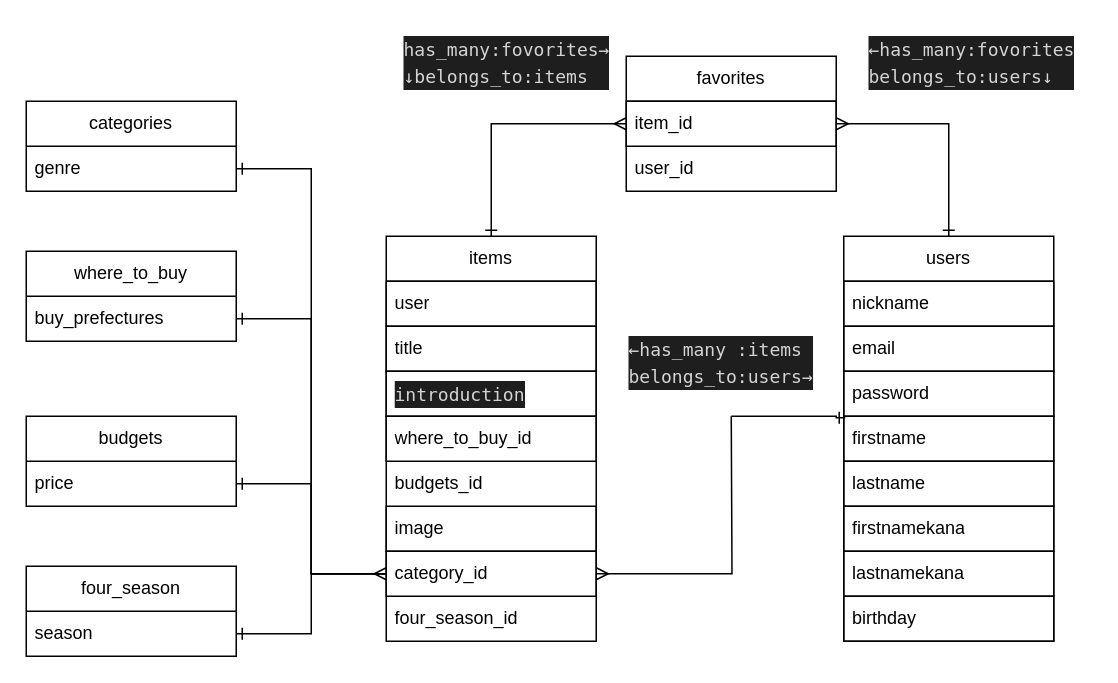
Earlier version of the draw.io diagram page "ER図" (1 of 2) of ER.drawio (kazuma516/temiyage). Source tidied: cells renumbered, new cells numbered last; positions are measured from the earlier drawing's top-left corner, leaving out a move shared by most shapes. Both pictures are drawn from the tidied source at 150%, with x=0, y=0 at pixel (26, 26).
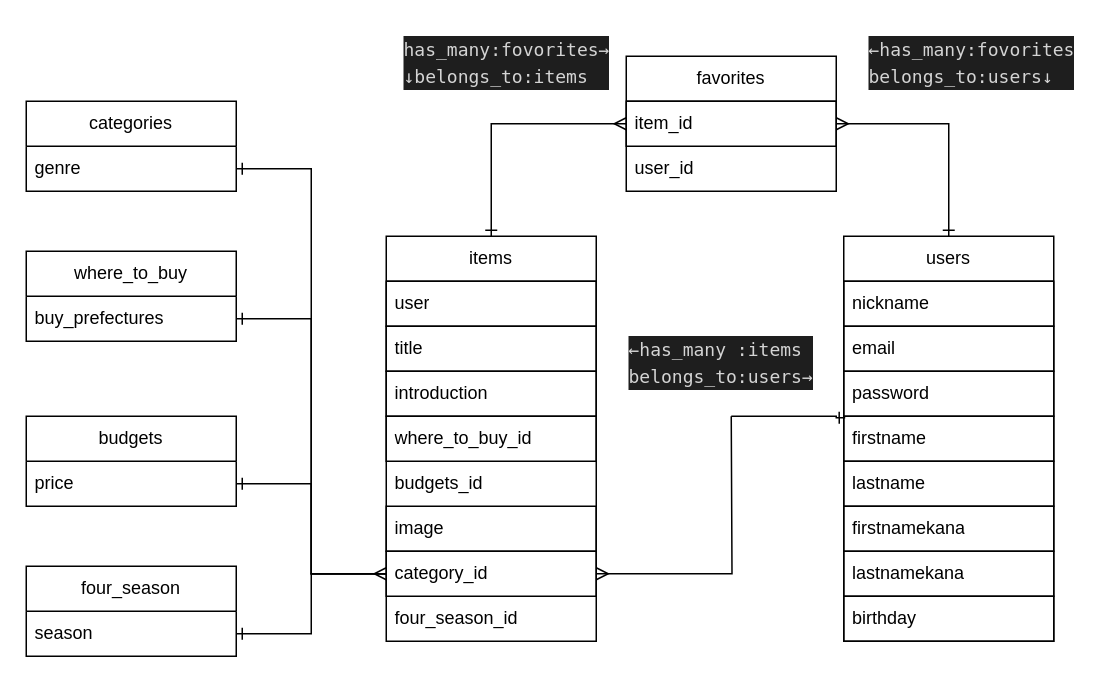
The same diagram, later.

Unchanged cells that the change refers to:
```xml
<mxCell id="11" value="items" style="swimlane;fontStyle=0;horizontal=1;startSize=30;whiteSpace=wrap;html=1;" parent="1" vertex="1">
  <mxGeometry x="240" y="140" width="140" height="270" as="geometry" />
</mxCell>
```

Diff of the diagram source:
```diff
@@
-    <mxCell id="14" value="&lt;div style=&quot;color: rgb(212 , 212 , 212) ; background-color: rgb(30 , 30 , 30) ; font-family: &amp;#34;menlo&amp;#34; , &amp;#34;monaco&amp;#34; , &amp;#34;courier new&amp;#34; , monospace ; line-height: 18px&quot;&gt;introduction&lt;/div&gt;" style="text;strokeColor=default;fillColor=none;align=left;verticalAlign=middle;spacingLeft=4;spacingRight=4;overflow=hidden;whiteSpace=wrap;html=1;" parent="11" vertex="1">
+    <mxCell id="14" value="introduction" style="text;strokeColor=default;fillColor=none;align=left;verticalAlign=middle;spacingLeft=4;spacingRight=4;overflow=hidden;whiteSpace=wrap;html=1;" parent="11" vertex="1">
       <mxGeometry y="90" width="140" height="30" as="geometry" />
     </mxCell>
```
